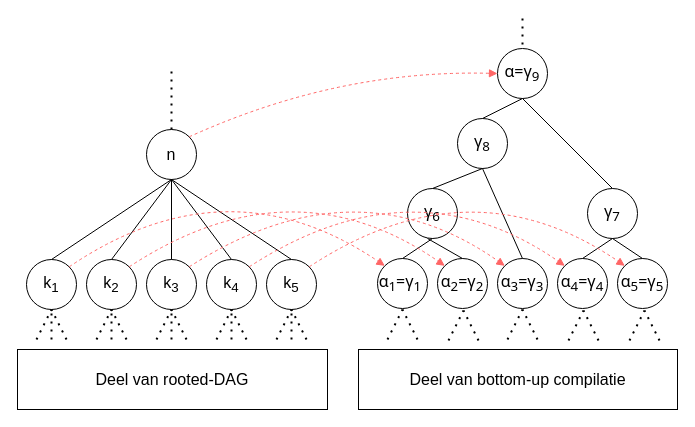
Above: figs/other_figs/bottom-up compilaite.drawio in GijsVliegen/thesis (draw.io), before the change. Source tidied: cells renumbered, new cells numbered last; positions are measured from the earlier drawing's top-left corner, leaving out a move shared by most shapes. Both pictures are drawn from the tidied source at 100%, with x=0, y=0 at pixel (17, 18).
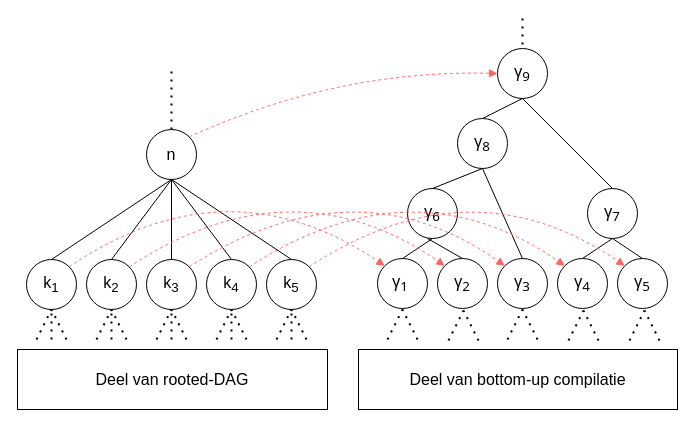
After the change.

Diff of the diagram source:
```diff
@@
-    <mxCell id="2" value="&lt;span style=&quot;font-family: Söhne, ui-sans-serif, system-ui, -apple-system, &amp;quot;Segoe UI&amp;quot;, Roboto, Ubuntu, Cantarell, &amp;quot;Noto Sans&amp;quot;, sans-serif, &amp;quot;Helvetica Neue&amp;quot;, Arial, &amp;quot;Apple Color Emoji&amp;quot;, &amp;quot;Segoe UI Emoji&amp;quot;, &amp;quot;Segoe UI Symbol&amp;quot;, &amp;quot;Noto Color Emoji&amp;quot;; font-size: 16px; text-align: start; white-space-collapse: preserve;&quot;&gt;α&lt;sub&gt;1&lt;/sub&gt;=&lt;/span&gt;&lt;span style=&quot;font-family: Söhne, ui-sans-serif, system-ui, -apple-system, &amp;quot;Segoe UI&amp;quot;, Roboto, Ubuntu, Cantarell, &amp;quot;Noto Sans&amp;quot;, sans-serif, &amp;quot;Helvetica Neue&amp;quot;, Arial, &amp;quot;Apple Color Emoji&amp;quot;, &amp;quot;Segoe UI Emoji&amp;quot;, &amp;quot;Segoe UI Symbol&amp;quot;, &amp;quot;Noto Color Emoji&amp;quot;; font-size: 16px; text-align: start; white-space-collapse: preserve;&quot;&gt;γ&lt;sub&gt;1&lt;/sub&gt;&lt;font color=&quot;#ffffff&quot;&gt; &lt;/font&gt;&lt;/span&gt;" style="ellipse;whiteSpace=wrap;html=1;" parent="1" vertex="1">
+    <mxCell id="2" value="&lt;span style=&quot;font-family: Söhne, ui-sans-serif, system-ui, -apple-system, &amp;quot;Segoe UI&amp;quot;, Roboto, Ubuntu, Cantarell, &amp;quot;Noto Sans&amp;quot;, sans-serif, &amp;quot;Helvetica Neue&amp;quot;, Arial, &amp;quot;Apple Color Emoji&amp;quot;, &amp;quot;Segoe UI Emoji&amp;quot;, &amp;quot;Segoe UI Symbol&amp;quot;, &amp;quot;Noto Color Emoji&amp;quot;; font-size: 16px; text-align: start; white-space-collapse: preserve;&quot;&gt;γ&lt;sub&gt;1&lt;/sub&gt;&lt;font color=&quot;#ffffff&quot;&gt; &lt;/font&gt;&lt;/span&gt;" style="ellipse;whiteSpace=wrap;html=1;" parent="1" vertex="1">
       <mxGeometry x="360" y="240" width="50" height="50" as="geometry" />
     </mxCell>
@@
-    <mxCell id="11" value="&lt;span style=&quot;font-family: Söhne, ui-sans-serif, system-ui, -apple-system, &amp;quot;Segoe UI&amp;quot;, Roboto, Ubuntu, Cantarell, &amp;quot;Noto Sans&amp;quot;, sans-serif, &amp;quot;Helvetica Neue&amp;quot;, Arial, &amp;quot;Apple Color Emoji&amp;quot;, &amp;quot;Segoe UI Emoji&amp;quot;, &amp;quot;Segoe UI Symbol&amp;quot;, &amp;quot;Noto Color Emoji&amp;quot;; font-size: 16px; text-align: start; white-space-collapse: preserve;&quot;&gt;α&lt;sub&gt;2&lt;/sub&gt;=&lt;/span&gt;&lt;span style=&quot;font-family: Söhne, ui-sans-serif, system-ui, -apple-system, &amp;quot;Segoe UI&amp;quot;, Roboto, Ubuntu, Cantarell, &amp;quot;Noto Sans&amp;quot;, sans-serif, &amp;quot;Helvetica Neue&amp;quot;, Arial, &amp;quot;Apple Color Emoji&amp;quot;, &amp;quot;Segoe UI Emoji&amp;quot;, &amp;quot;Segoe UI Symbol&amp;quot;, &amp;quot;Noto Color Emoji&amp;quot;; font-size: 16px; text-align: start; white-space-collapse: preserve;&quot;&gt;γ&lt;sub&gt;2&lt;/sub&gt;&lt;/span&gt;" style="ellipse;whiteSpace=wrap;html=1;" parent="1" vertex="1">
+    <mxCell id="11" value="&lt;span style=&quot;font-family: Söhne, ui-sans-serif, system-ui, -apple-system, &amp;quot;Segoe UI&amp;quot;, Roboto, Ubuntu, Cantarell, &amp;quot;Noto Sans&amp;quot;, sans-serif, &amp;quot;Helvetica Neue&amp;quot;, Arial, &amp;quot;Apple Color Emoji&amp;quot;, &amp;quot;Segoe UI Emoji&amp;quot;, &amp;quot;Segoe UI Symbol&amp;quot;, &amp;quot;Noto Color Emoji&amp;quot;; font-size: 16px; text-align: start; white-space-collapse: preserve;&quot;&gt;γ&lt;sub&gt;2&lt;/sub&gt;&lt;/span&gt;" style="ellipse;whiteSpace=wrap;html=1;" parent="1" vertex="1">
       <mxGeometry x="420" y="240" width="50" height="50" as="geometry" />
     </mxCell>
-    <mxCell id="12" value="&lt;span style=&quot;font-family: Söhne, ui-sans-serif, system-ui, -apple-system, &amp;quot;Segoe UI&amp;quot;, Roboto, Ubuntu, Cantarell, &amp;quot;Noto Sans&amp;quot;, sans-serif, &amp;quot;Helvetica Neue&amp;quot;, Arial, &amp;quot;Apple Color Emoji&amp;quot;, &amp;quot;Segoe UI Emoji&amp;quot;, &amp;quot;Segoe UI Symbol&amp;quot;, &amp;quot;Noto Color Emoji&amp;quot;; font-size: 16px; text-align: start; white-space-collapse: preserve;&quot;&gt;α&lt;sub&gt;3&lt;/sub&gt;=&lt;/span&gt;&lt;span style=&quot;font-family: Söhne, ui-sans-serif, system-ui, -apple-system, &amp;quot;Segoe UI&amp;quot;, Roboto, Ubuntu, Cantarell, &amp;quot;Noto Sans&amp;quot;, sans-serif, &amp;quot;Helvetica Neue&amp;quot;, Arial, &amp;quot;Apple Color Emoji&amp;quot;, &amp;quot;Segoe UI Emoji&amp;quot;, &amp;quot;Segoe UI Symbol&amp;quot;, &amp;quot;Noto Color Emoji&amp;quot;; font-size: 16px; text-align: start; white-space-collapse: preserve;&quot;&gt;γ&lt;sub&gt;3&lt;/sub&gt;&lt;/span&gt;" style="ellipse;whiteSpace=wrap;html=1;" parent="1" vertex="1">
+    <mxCell id="12" value="&lt;span style=&quot;font-family: Söhne, ui-sans-serif, system-ui, -apple-system, &amp;quot;Segoe UI&amp;quot;, Roboto, Ubuntu, Cantarell, &amp;quot;Noto Sans&amp;quot;, sans-serif, &amp;quot;Helvetica Neue&amp;quot;, Arial, &amp;quot;Apple Color Emoji&amp;quot;, &amp;quot;Segoe UI Emoji&amp;quot;, &amp;quot;Segoe UI Symbol&amp;quot;, &amp;quot;Noto Color Emoji&amp;quot;; font-size: 16px; text-align: start; white-space-collapse: preserve;&quot;&gt;γ&lt;sub&gt;3&lt;/sub&gt;&lt;/span&gt;" style="ellipse;whiteSpace=wrap;html=1;" parent="1" vertex="1">
       <mxGeometry x="480" y="240" width="50" height="50" as="geometry" />
     </mxCell>
-    <mxCell id="13" value="&lt;span style=&quot;font-family: Söhne, ui-sans-serif, system-ui, -apple-system, &amp;quot;Segoe UI&amp;quot;, Roboto, Ubuntu, Cantarell, &amp;quot;Noto Sans&amp;quot;, sans-serif, &amp;quot;Helvetica Neue&amp;quot;, Arial, &amp;quot;Apple Color Emoji&amp;quot;, &amp;quot;Segoe UI Emoji&amp;quot;, &amp;quot;Segoe UI Symbol&amp;quot;, &amp;quot;Noto Color Emoji&amp;quot;; font-size: 16px; text-align: start; white-space-collapse: preserve;&quot;&gt;α&lt;sub&gt;4&lt;/sub&gt;=&lt;/span&gt;&lt;span style=&quot;font-family: Söhne, ui-sans-serif, system-ui, -apple-system, &amp;quot;Segoe UI&amp;quot;, Roboto, Ubuntu, Cantarell, &amp;quot;Noto Sans&amp;quot;, sans-serif, &amp;quot;Helvetica Neue&amp;quot;, Arial, &amp;quot;Apple Color Emoji&amp;quot;, &amp;quot;Segoe UI Emoji&amp;quot;, &amp;quot;Segoe UI Symbol&amp;quot;, &amp;quot;Noto Color Emoji&amp;quot;; font-size: 16px; text-align: start; white-space-collapse: preserve;&quot;&gt;γ&lt;sub&gt;4&lt;/sub&gt;&lt;/span&gt;" style="ellipse;whiteSpace=wrap;html=1;" parent="1" vertex="1">
+    <mxCell id="13" value="&lt;span style=&quot;font-family: Söhne, ui-sans-serif, system-ui, -apple-system, &amp;quot;Segoe UI&amp;quot;, Roboto, Ubuntu, Cantarell, &amp;quot;Noto Sans&amp;quot;, sans-serif, &amp;quot;Helvetica Neue&amp;quot;, Arial, &amp;quot;Apple Color Emoji&amp;quot;, &amp;quot;Segoe UI Emoji&amp;quot;, &amp;quot;Segoe UI Symbol&amp;quot;, &amp;quot;Noto Color Emoji&amp;quot;; font-size: 16px; text-align: start; white-space-collapse: preserve;&quot;&gt;γ&lt;sub&gt;4&lt;/sub&gt;&lt;/span&gt;" style="ellipse;whiteSpace=wrap;html=1;" parent="1" vertex="1">
       <mxGeometry x="540" y="240" width="50" height="50" as="geometry" />
     </mxCell>
-    <mxCell id="14" value="&lt;span style=&quot;font-family: Söhne, ui-sans-serif, system-ui, -apple-system, &amp;quot;Segoe UI&amp;quot;, Roboto, Ubuntu, Cantarell, &amp;quot;Noto Sans&amp;quot;, sans-serif, &amp;quot;Helvetica Neue&amp;quot;, Arial, &amp;quot;Apple Color Emoji&amp;quot;, &amp;quot;Segoe UI Emoji&amp;quot;, &amp;quot;Segoe UI Symbol&amp;quot;, &amp;quot;Noto Color Emoji&amp;quot;; font-size: 16px; text-align: start; white-space-collapse: preserve;&quot;&gt;α&lt;sub&gt;5&lt;/sub&gt;=&lt;/span&gt;&lt;span style=&quot;font-family: Söhne, ui-sans-serif, system-ui, -apple-system, &amp;quot;Segoe UI&amp;quot;, Roboto, Ubuntu, Cantarell, &amp;quot;Noto Sans&amp;quot;, sans-serif, &amp;quot;Helvetica Neue&amp;quot;, Arial, &amp;quot;Apple Color Emoji&amp;quot;, &amp;quot;Segoe UI Emoji&amp;quot;, &amp;quot;Segoe UI Symbol&amp;quot;, &amp;quot;Noto Color Emoji&amp;quot;; font-size: 16px; text-align: start; white-space-collapse: preserve;&quot;&gt;γ&lt;sub&gt;5&lt;/sub&gt;&lt;/span&gt;" style="ellipse;whiteSpace=wrap;html=1;" parent="1" vertex="1">
+    <mxCell id="14" value="&lt;span style=&quot;font-family: Söhne, ui-sans-serif, system-ui, -apple-system, &amp;quot;Segoe UI&amp;quot;, Roboto, Ubuntu, Cantarell, &amp;quot;Noto Sans&amp;quot;, sans-serif, &amp;quot;Helvetica Neue&amp;quot;, Arial, &amp;quot;Apple Color Emoji&amp;quot;, &amp;quot;Segoe UI Emoji&amp;quot;, &amp;quot;Segoe UI Symbol&amp;quot;, &amp;quot;Noto Color Emoji&amp;quot;; font-size: 16px; text-align: start; white-space-collapse: preserve;&quot;&gt;γ&lt;sub&gt;5&lt;/sub&gt;&lt;/span&gt;" style="ellipse;whiteSpace=wrap;html=1;" parent="1" vertex="1">
       <mxGeometry x="600" y="240" width="50" height="50" as="geometry" />
     </mxCell>
@@
-    <mxCell id="18" value="&lt;span style=&quot;font-family: Söhne, ui-sans-serif, system-ui, -apple-system, &amp;quot;Segoe UI&amp;quot;, Roboto, Ubuntu, Cantarell, &amp;quot;Noto Sans&amp;quot;, sans-serif, &amp;quot;Helvetica Neue&amp;quot;, Arial, &amp;quot;Apple Color Emoji&amp;quot;, &amp;quot;Segoe UI Emoji&amp;quot;, &amp;quot;Segoe UI Symbol&amp;quot;, &amp;quot;Noto Color Emoji&amp;quot;; font-size: 16px; text-align: start; white-space-collapse: preserve;&quot;&gt;α=&lt;/span&gt;&lt;span style=&quot;font-family: Söhne, ui-sans-serif, system-ui, -apple-system, &amp;quot;Segoe UI&amp;quot;, Roboto, Ubuntu, Cantarell, &amp;quot;Noto Sans&amp;quot;, sans-serif, &amp;quot;Helvetica Neue&amp;quot;, Arial, &amp;quot;Apple Color Emoji&amp;quot;, &amp;quot;Segoe UI Emoji&amp;quot;, &amp;quot;Segoe UI Symbol&amp;quot;, &amp;quot;Noto Color Emoji&amp;quot;; font-size: 16px; text-align: start; white-space-collapse: preserve;&quot;&gt;γ&lt;sub&gt;9&lt;/sub&gt;&lt;/span&gt;" style="ellipse;whiteSpace=wrap;html=1;" parent="1" vertex="1">
+    <mxCell id="18" value="&lt;span style=&quot;font-family: Söhne, ui-sans-serif, system-ui, -apple-system, &amp;quot;Segoe UI&amp;quot;, Roboto, Ubuntu, Cantarell, &amp;quot;Noto Sans&amp;quot;, sans-serif, &amp;quot;Helvetica Neue&amp;quot;, Arial, &amp;quot;Apple Color Emoji&amp;quot;, &amp;quot;Segoe UI Emoji&amp;quot;, &amp;quot;Segoe UI Symbol&amp;quot;, &amp;quot;Noto Color Emoji&amp;quot;; font-size: 16px; text-align: start; white-space-collapse: preserve;&quot;&gt;γ&lt;sub&gt;9&lt;/sub&gt;&lt;/span&gt;" style="ellipse;whiteSpace=wrap;html=1;" parent="1" vertex="1">
       <mxGeometry x="480" y="30" width="50" height="50" as="geometry" />
     </mxCell>
```
